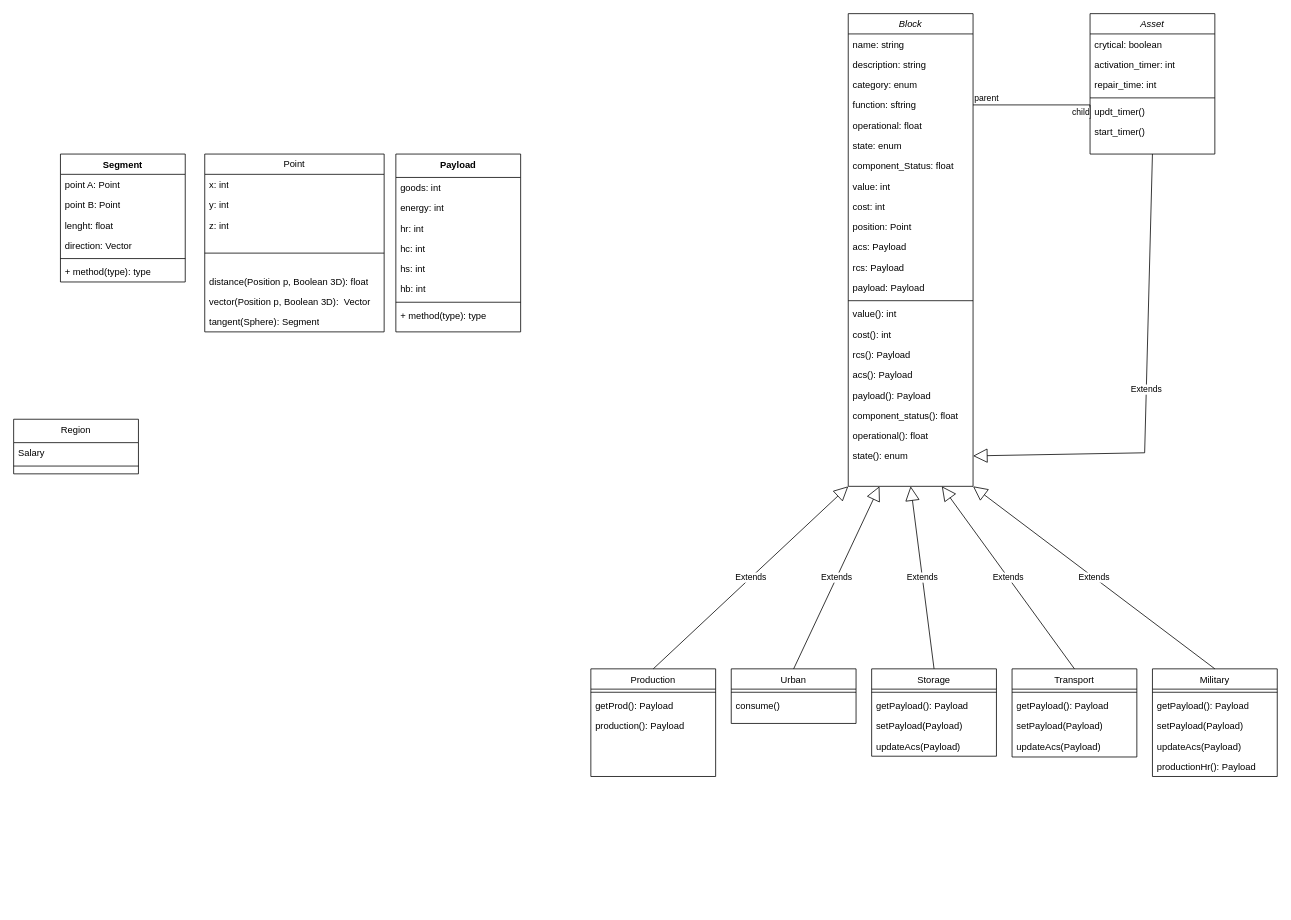
Before: Analisi/UML/Class Diagram.drawio in MakusIV/Warfare-Model, a draw.io diagram. Source tidied: cells renumbered, new cells numbered last; positions are measured from the earlier drawing's top-left corner, leaving out a move shared by most shapes. Both pictures are drawn from the tidied source at 78%, with x=0, y=0 at pixel (13, 13).
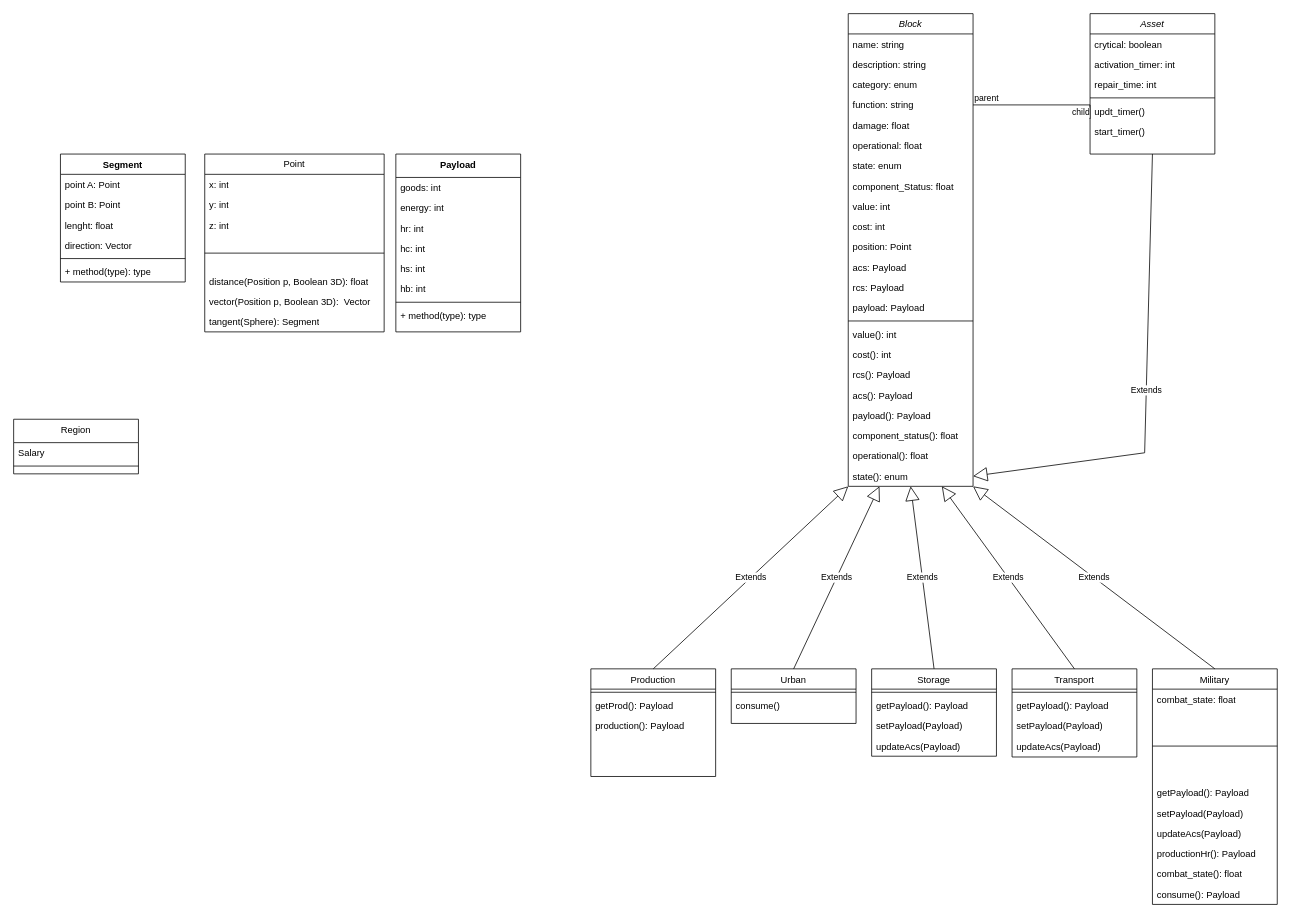
The same diagram, later.

Commit message:
add combat_state military asset UML/Class Diagram

Unchanged cells that the change refers to:
```xml
<mxCell id="2" value="Block" style="swimlane;fontStyle=2;align=center;verticalAlign=top;horizontal=1;startSize=26;rounded=0;shadow=0;strokeWidth=1;" parent="1" vertex="1">
  <mxGeometry x="1070" width="160" height="606" as="geometry" />
</mxCell>
```

The edit, as a diff of the source:
```diff
@@
-    <mxCell id="6" value="function: sftring" style="text;align=left;verticalAlign=top;spacingLeft=4;spacingRight=4;overflow=hidden;points=[[0,0.5],[1,0.5]];portConstraint=eastwest;rounded=0;shadow=0;html=0;" parent="2" vertex="1">
+    <mxCell id="6" value="function: string" style="text;align=left;verticalAlign=top;spacingLeft=4;spacingRight=4;overflow=hidden;points=[[0,0.5],[1,0.5]];portConstraint=eastwest;rounded=0;shadow=0;html=0;" parent="2" vertex="1">
       <mxGeometry y="104" width="160" height="26" as="geometry" />
     </mxCell>
+    <mxCell id="91" value="damage: float" style="text;align=left;verticalAlign=top;spacingLeft=4;spacingRight=4;overflow=hidden;rounded=0;shadow=0;html=0;" parent="2" vertex="1">
+      <mxGeometry y="130" width="160" height="26" as="geometry" />
+    </mxCell>
     <mxCell id="7" value="operational: float" style="text;align=left;verticalAlign=top;spacingLeft=4;spacingRight=4;overflow=hidden;rounded=0;shadow=0;html=0;" parent="2" vertex="1">
-      <mxGeometry y="130" width="160" height="26" as="geometry" />
+      <mxGeometry y="156" width="160" height="26" as="geometry" />
     </mxCell>
     <mxCell id="8" value="state: enum" style="text;align=left;verticalAlign=top;spacingLeft=4;spacingRight=4;overflow=hidden;rounded=0;shadow=0;html=0;" parent="2" vertex="1">
-      <mxGeometry y="156" width="160" height="26" as="geometry" />
+      <mxGeometry y="182" width="160" height="26" as="geometry" />
     </mxCell>
     <mxCell id="9" value="component_Status: float&#10;" style="text;align=left;verticalAlign=top;spacingLeft=4;spacingRight=4;overflow=hidden;rounded=0;shadow=0;html=0;" parent="2" vertex="1">
-      <mxGeometry y="182" width="160" height="26" as="geometry" />
+      <mxGeometry y="208" width="160" height="26" as="geometry" />
     </mxCell>
     <mxCell id="10" value="value: int" style="text;align=left;verticalAlign=top;spacingLeft=4;spacingRight=4;overflow=hidden;rounded=0;shadow=0;html=0;" parent="2" vertex="1">
-      <mxGeometry y="208" width="160" height="26" as="geometry" />
+      <mxGeometry y="234" width="160" height="26" as="geometry" />
     </mxCell>
     <mxCell id="11" value="cost: int" style="text;align=left;verticalAlign=top;spacingLeft=4;spacingRight=4;overflow=hidden;rounded=0;shadow=0;html=0;" parent="2" vertex="1">
-      <mxGeometry y="234" width="160" height="26" as="geometry" />
+      <mxGeometry y="260" width="160" height="26" as="geometry" />
     </mxCell>
     <mxCell id="12" value="position: Point" style="text;align=left;verticalAlign=top;spacingLeft=4;spacingRight=4;overflow=hidden;rounded=0;shadow=0;html=0;" parent="2" vertex="1">
-      <mxGeometry y="260" width="160" height="26" as="geometry" />
+      <mxGeometry y="286" width="160" height="26" as="geometry" />
     </mxCell>
     <mxCell id="13" value="acs: Payload" style="text;align=left;verticalAlign=top;spacingLeft=4;spacingRight=4;overflow=hidden;rounded=0;shadow=0;html=0;" parent="2" vertex="1">
-      <mxGeometry y="286" width="160" height="26" as="geometry" />
+      <mxGeometry y="312" width="160" height="26" as="geometry" />
     </mxCell>
     <mxCell id="14" value="rcs: Payload" style="text;align=left;verticalAlign=top;spacingLeft=4;spacingRight=4;overflow=hidden;rounded=0;shadow=0;html=0;" parent="2" vertex="1">
-      <mxGeometry y="312" width="160" height="26" as="geometry" />
+      <mxGeometry y="338" width="160" height="26" as="geometry" />
     </mxCell>
     <mxCell id="15" value="payload: Payload" style="text;align=left;verticalAlign=top;spacingLeft=4;spacingRight=4;overflow=hidden;rounded=0;shadow=0;html=0;" parent="2" vertex="1">
-      <mxGeometry y="338" width="160" height="26" as="geometry" />
+      <mxGeometry y="364" width="160" height="26" as="geometry" />
     </mxCell>
     <mxCell id="16" style="line;html=1;strokeWidth=1;align=left;verticalAlign=middle;spacingTop=-1;spacingLeft=3;spacingRight=3;labelPosition=right;" parent="2" vertex="1">
-      <mxGeometry y="364" width="160" height="8" as="geometry" />
+      <mxGeometry y="390" width="160" height="8" as="geometry" />
     </mxCell>
     <mxCell id="17" value="value(): int" style="text;align=left;verticalAlign=top;spacingLeft=4;spacingRight=4;overflow=hidden;rounded=0;shadow=0;html=0;" parent="2" vertex="1">
-      <mxGeometry y="372" width="160" height="26" as="geometry" />
+      <mxGeometry y="398" width="160" height="26" as="geometry" />
     </mxCell>
     <mxCell id="18" value="cost(): int" style="text;align=left;verticalAlign=top;spacingLeft=4;spacingRight=4;overflow=hidden;rounded=0;shadow=0;html=0;" parent="2" vertex="1">
-      <mxGeometry y="398" width="160" height="26" as="geometry" />
+      <mxGeometry y="424" width="160" height="26" as="geometry" />
     </mxCell>
     <mxCell id="19" value="rcs(): Payload" style="text;align=left;verticalAlign=top;spacingLeft=4;spacingRight=4;overflow=hidden;rounded=0;shadow=0;html=0;" parent="2" vertex="1">
-      <mxGeometry y="424" width="160" height="26" as="geometry" />
+      <mxGeometry y="450" width="160" height="26" as="geometry" />
     </mxCell>
     <mxCell id="20" value="acs(): Payload" style="text;align=left;verticalAlign=top;spacingLeft=4;spacingRight=4;overflow=hidden;rounded=0;shadow=0;html=0;" parent="2" vertex="1">
-      <mxGeometry y="450" width="160" height="26" as="geometry" />
+      <mxGeometry y="476" width="160" height="26" as="geometry" />
     </mxCell>
     <mxCell id="21" value="payload(): Payload" style="text;align=left;verticalAlign=top;spacingLeft=4;spacingRight=4;overflow=hidden;rounded=0;shadow=0;html=0;" parent="2" vertex="1">
-      <mxGeometry y="476" width="160" height="26" as="geometry" />
+      <mxGeometry y="502" width="160" height="26" as="geometry" />
     </mxCell>
     <mxCell id="22" value="component_status(): float" style="text;align=left;verticalAlign=top;spacingLeft=4;spacingRight=4;overflow=hidden;rounded=0;shadow=0;html=0;" parent="2" vertex="1">
-      <mxGeometry y="502" width="160" height="26" as="geometry" />
+      <mxGeometry y="528" width="160" height="26" as="geometry" />
     </mxCell>
     <mxCell id="23" value="operational(): float" style="text;align=left;verticalAlign=top;spacingLeft=4;spacingRight=4;overflow=hidden;rounded=0;shadow=0;html=0;" parent="2" vertex="1">
-      <mxGeometry y="528" width="160" height="26" as="geometry" />
+      <mxGeometry y="554" width="160" height="26" as="geometry" />
     </mxCell>
     <mxCell id="24" value="state(): enum" style="text;align=left;verticalAlign=top;spacingLeft=4;spacingRight=4;overflow=hidden;points=[[0,0.5],[1,0.5]];portConstraint=eastwest;rounded=0;shadow=0;html=0;" parent="2" vertex="1">
-      <mxGeometry y="554" width="160" height="26" as="geometry" />
+      <mxGeometry y="580" width="160" height="26" as="geometry" />
     </mxCell>
@@
     <mxCell id="69" value="Military" style="swimlane;fontStyle=0;align=center;verticalAlign=top;horizontal=1;startSize=26;rounded=0;shadow=0;strokeWidth=1;" parent="1" vertex="1">
-      <mxGeometry x="1460" y="840" width="160" height="138" as="geometry" />
+      <mxGeometry x="1460" y="840" width="160" height="302" as="geometry" />
     </mxCell>
+    <mxCell id="92" value="combat_state: float" style="text;strokeColor=none;fillColor=none;align=left;verticalAlign=top;spacingLeft=4;spacingRight=4;overflow=hidden;whiteSpace=wrap;html=1;" parent="69" vertex="1">
+      <mxGeometry y="26" width="160" height="26" as="geometry" />
+    </mxCell>
     <mxCell id="70" style="line;html=1;strokeWidth=1;align=left;verticalAlign=middle;spacingTop=-1;spacingLeft=3;spacingRight=3;labelPosition=right;" parent="69" vertex="1">
-      <mxGeometry y="26" width="160" height="8" as="geometry" />
+      <mxGeometry y="52" width="160" height="94" as="geometry" />
     </mxCell>
     <mxCell id="71" value="getPayload(): Payload" style="text;strokeColor=none;fillColor=none;align=left;verticalAlign=top;spacingLeft=4;spacingRight=4;overflow=hidden;whiteSpace=wrap;html=1;" parent="69" vertex="1">
-      <mxGeometry y="34" width="160" height="26" as="geometry" />
+      <mxGeometry y="146" width="160" height="26" as="geometry" />
     </mxCell>
     <mxCell id="72" value="setPayload(Payload)&amp;nbsp;" style="text;strokeColor=none;fillColor=none;align=left;verticalAlign=top;spacingLeft=4;spacingRight=4;overflow=hidden;whiteSpace=wrap;html=1;" parent="69" vertex="1">
-      <mxGeometry y="60" width="160" height="26" as="geometry" />
+      <mxGeometry y="172" width="160" height="26" as="geometry" />
     </mxCell>
     <mxCell id="73" value="updateAcs(Payload)&amp;nbsp;" style="text;strokeColor=none;fillColor=none;align=left;verticalAlign=top;spacingLeft=4;spacingRight=4;overflow=hidden;whiteSpace=wrap;html=1;" parent="69" vertex="1">
-      <mxGeometry y="86" width="160" height="26" as="geometry" />
+      <mxGeometry y="198" width="160" height="26" as="geometry" />
     </mxCell>
     <mxCell id="74" value="productionHr(): Payload&amp;nbsp;" style="text;strokeColor=none;fillColor=none;align=left;verticalAlign=top;spacingLeft=4;spacingRight=4;overflow=hidden;whiteSpace=wrap;html=1;" parent="69" vertex="1">
-      <mxGeometry y="112" width="160" height="26" as="geometry" />
+      <mxGeometry y="224" width="160" height="26" as="geometry" />
     </mxCell>
+    <mxCell id="93" value="combat_state(): float" style="text;strokeColor=none;fillColor=none;align=left;verticalAlign=top;spacingLeft=4;spacingRight=4;overflow=hidden;whiteSpace=wrap;html=1;" parent="69" vertex="1">
+      <mxGeometry y="250" width="160" height="26" as="geometry" />
+    </mxCell>
+    <mxCell id="94" value="consume(): Payload" style="text;strokeColor=none;fillColor=none;align=left;verticalAlign=top;spacingLeft=4;spacingRight=4;overflow=hidden;whiteSpace=wrap;html=1;" parent="69" vertex="1">
+      <mxGeometry y="276" width="160" height="26" as="geometry" />
+    </mxCell>
```
